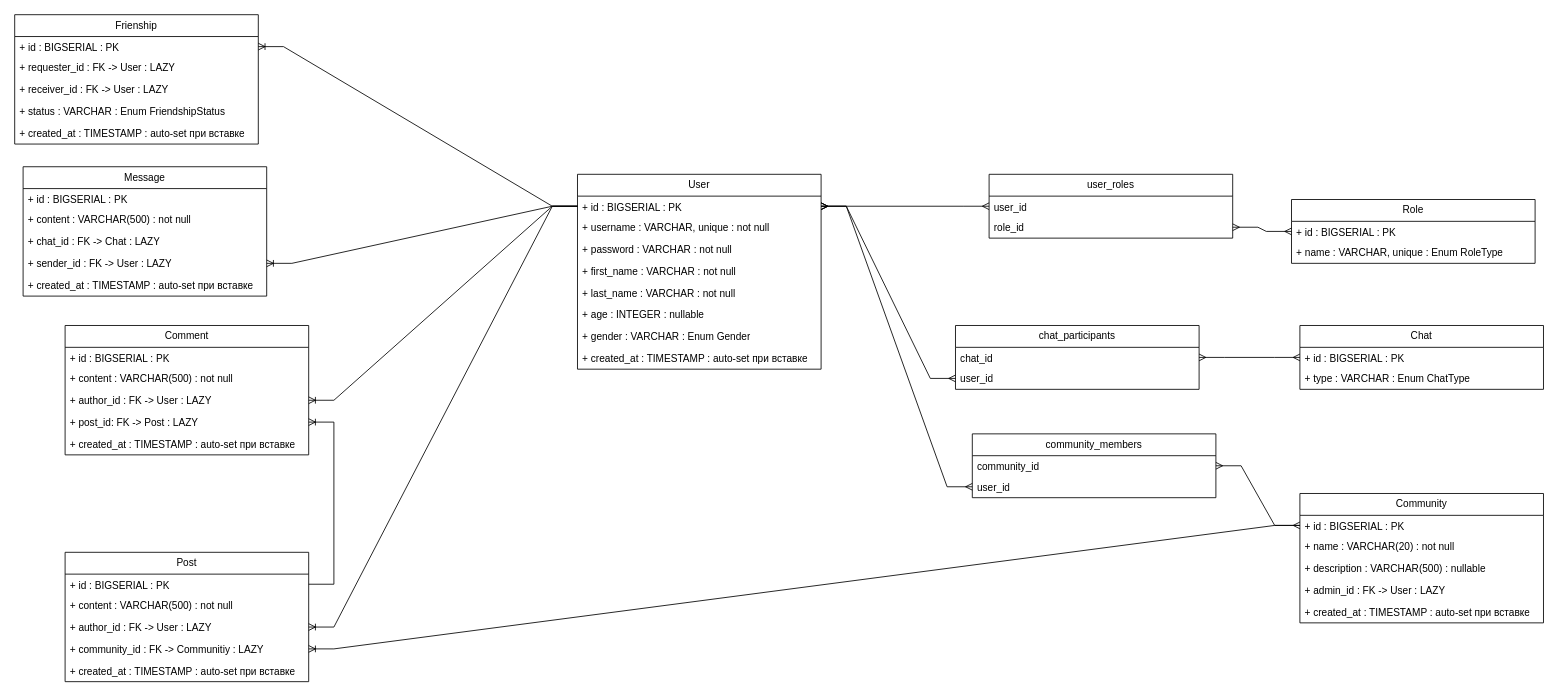
Above: Диаграмма.drawio in BrokJey/Social_network (draw.io), before the change. Source tidied: cells renumbered, new cells numbered last; positions are measured from the earlier drawing's top-left corner, leaving out a move shared by most shapes. Both pictures are drawn from the tidied source at 84%, with x=0, y=0 at pixel (14, 14).
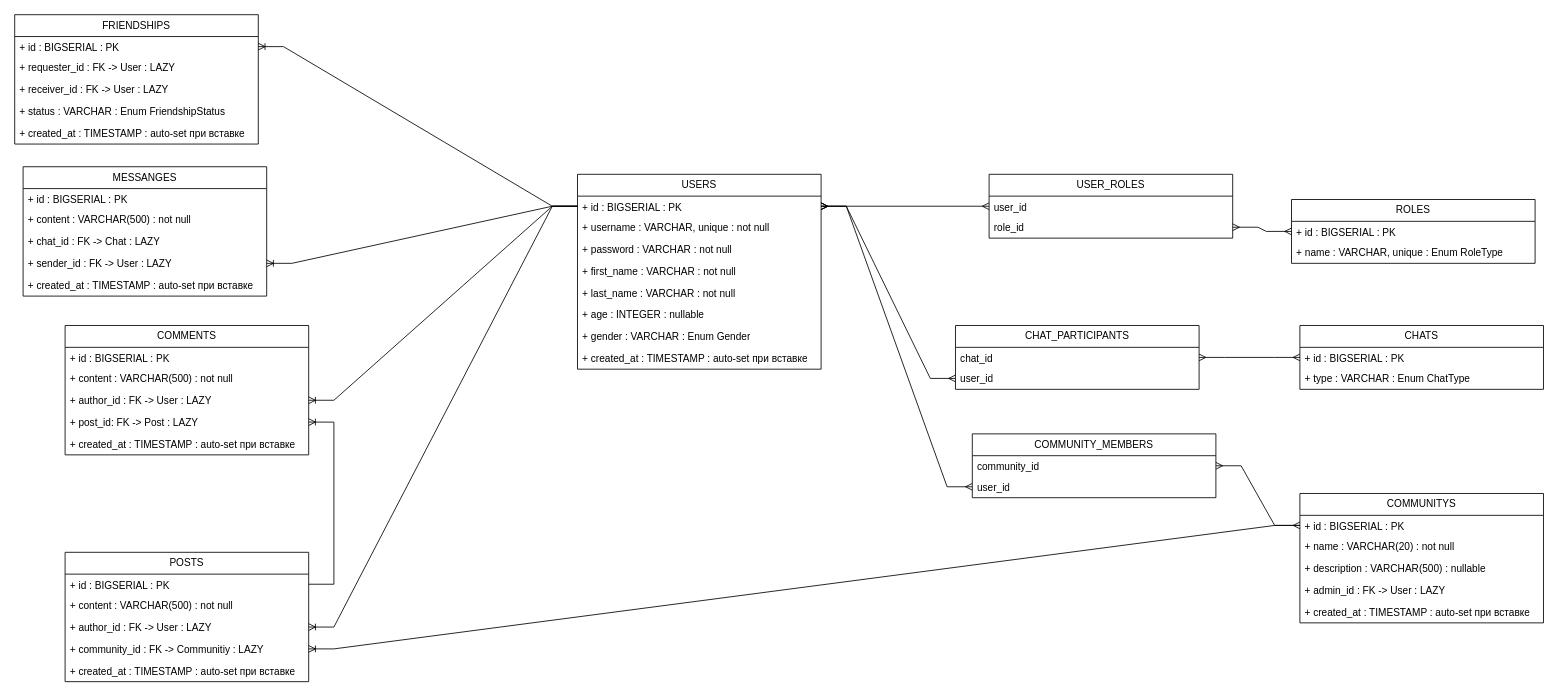
The same page after the edit.

Change to the diagram source:
```diff
@@
-    <mxCell id="2" value="User" style="swimlane;fontStyle=0;horizontal=1;startSize=26;fillColor=none;whiteSpace=wrap;html=1;" parent="1" vertex="1">
+    <mxCell id="2" value="USERS" style="swimlane;fontStyle=0;horizontal=1;startSize=26;fillColor=none;whiteSpace=wrap;html=1;" parent="1" vertex="1">
       <mxGeometry x="670" y="190" width="290" height="232" as="geometry" />
     </mxCell>
@@
-    <mxCell id="11" value="Role" style="swimlane;fontStyle=0;horizontal=1;startSize=26;fillColor=none;whiteSpace=wrap;html=1;" parent="1" vertex="1">
+    <mxCell id="11" value="ROLES" style="swimlane;fontStyle=0;horizontal=1;startSize=26;fillColor=none;whiteSpace=wrap;html=1;" parent="1" vertex="1">
       <mxGeometry x="1520" y="220" width="290" height="76" as="geometry" />
     </mxCell>
@@
-    <mxCell id="14" value="user_roles" style="swimlane;fontStyle=0;horizontal=1;startSize=26;fillColor=none;whiteSpace=wrap;html=1;" parent="1" vertex="1">
+    <mxCell id="14" value="USER_ROLES" style="swimlane;fontStyle=0;horizontal=1;startSize=26;fillColor=none;whiteSpace=wrap;html=1;" parent="1" vertex="1">
       <mxGeometry x="1160" y="190" width="290" height="76" as="geometry" />
     </mxCell>
@@
-    <mxCell id="19" value="Post" style="swimlane;fontStyle=0;horizontal=1;startSize=26;fillColor=none;whiteSpace=wrap;html=1;" parent="1" vertex="1">
+    <mxCell id="19" value="POSTS" style="swimlane;fontStyle=0;horizontal=1;startSize=26;fillColor=none;whiteSpace=wrap;html=1;" parent="1" vertex="1">
       <mxGeometry x="60" y="640" width="290" height="154" as="geometry" />
     </mxCell>
@@
-    <mxCell id="26" value="Comment" style="swimlane;fontStyle=0;horizontal=1;startSize=26;fillColor=none;whiteSpace=wrap;html=1;" parent="1" vertex="1">
+    <mxCell id="26" value="COMMENTS" style="swimlane;fontStyle=0;horizontal=1;startSize=26;fillColor=none;whiteSpace=wrap;html=1;" parent="1" vertex="1">
       <mxGeometry x="60" y="370" width="290" height="154" as="geometry" />
     </mxCell>
@@
-    <mxCell id="34" value="Message" style="swimlane;fontStyle=0;horizontal=1;startSize=26;fillColor=none;whiteSpace=wrap;html=1;" parent="1" vertex="1">
+    <mxCell id="34" value="MESSANGES" style="swimlane;fontStyle=0;horizontal=1;startSize=26;fillColor=none;whiteSpace=wrap;html=1;" parent="1" vertex="1">
       <mxGeometry x="10" y="181" width="290" height="154" as="geometry" />
     </mxCell>
@@
-    <mxCell id="41" value="Chat" style="swimlane;fontStyle=0;horizontal=1;startSize=26;fillColor=none;whiteSpace=wrap;html=1;" parent="1" vertex="1">
+    <mxCell id="41" value="CHATS" style="swimlane;fontStyle=0;horizontal=1;startSize=26;fillColor=none;whiteSpace=wrap;html=1;" parent="1" vertex="1">
       <mxGeometry x="1530" y="370" width="290" height="76" as="geometry" />
     </mxCell>
@@
-    <mxCell id="44" value="chat_participants" style="swimlane;fontStyle=0;horizontal=1;startSize=26;fillColor=none;whiteSpace=wrap;html=1;" parent="1" vertex="1">
+    <mxCell id="44" value="CHAT_PARTICIPANTS" style="swimlane;fontStyle=0;horizontal=1;startSize=26;fillColor=none;whiteSpace=wrap;html=1;" parent="1" vertex="1">
       <mxGeometry x="1120" y="370" width="290" height="76" as="geometry" />
     </mxCell>
@@
-    <mxCell id="49" value="Community" style="swimlane;fontStyle=0;horizontal=1;startSize=26;fillColor=none;whiteSpace=wrap;html=1;" parent="1" vertex="1">
+    <mxCell id="49" value="COMMUNITYS" style="swimlane;fontStyle=0;horizontal=1;startSize=26;fillColor=none;whiteSpace=wrap;html=1;" parent="1" vertex="1">
       <mxGeometry x="1530" y="570" width="290" height="154" as="geometry" />
     </mxCell>
@@
-    <mxCell id="55" value="community_members" style="swimlane;fontStyle=0;horizontal=1;startSize=26;fillColor=none;whiteSpace=wrap;html=1;" parent="1" vertex="1">
+    <mxCell id="55" value="COMMUNITY_MEMBERS" style="swimlane;fontStyle=0;horizontal=1;startSize=26;fillColor=none;whiteSpace=wrap;html=1;" parent="1" vertex="1">
       <mxGeometry x="1140" y="499" width="290" height="76" as="geometry" />
     </mxCell>
@@
-    <mxCell id="60" value="Frienship" style="swimlane;fontStyle=0;horizontal=1;startSize=26;fillColor=none;whiteSpace=wrap;html=1;" parent="1" vertex="1">
+    <mxCell id="60" value="FRIENDSHIPS" style="swimlane;fontStyle=0;horizontal=1;startSize=26;fillColor=none;whiteSpace=wrap;html=1;" parent="1" vertex="1">
       <mxGeometry width="290" height="154" as="geometry" />
     </mxCell>
```
